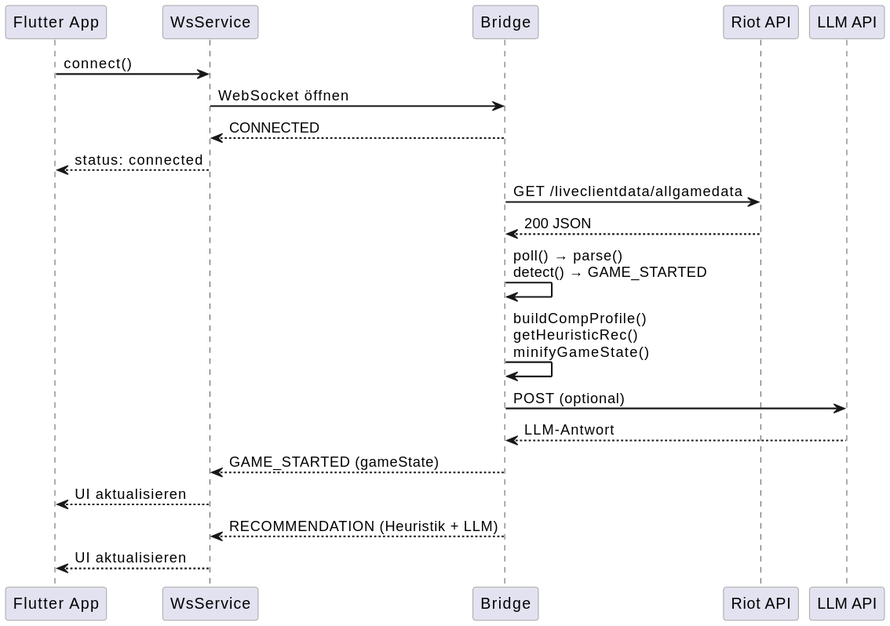
This is docs/umls/06_seq_gamestart.svg from NexusHero/LOLRecommender, a PlantUML export, as it was before one commit. The source it was exported from:
```plantuml
@startuml
skinparam backgroundColor #FFFFFF
skinparam defaultFontName Arial
skinparam sequenceArrowThickness 1.5
skinparam sequenceParticipantBorderColor #888888
skinparam sequenceBoxBorderColor #AAAAAA

participant "Flutter App" as app
participant "WsService" as ws
participant "Bridge" as bridge
participant "Riot API" as riot
participant "LLM API" as llm

app -> ws : connect()
ws -> bridge : WebSocket öffnen
bridge --> ws : CONNECTED
ws --> app : status: connected

bridge -> riot : GET /liveclientdata/allgamedata
riot --> bridge : 200 JSON

bridge -> bridge : poll() → parse()\ndetect() → GAME_STARTED
bridge -> bridge : buildCompProfile()\ngetHeuristicRec()\nminifyGameState()
bridge -> llm : POST (optional)
llm --> bridge : LLM-Antwort

bridge --> ws : GAME_STARTED (gameState)
ws --> app : UI aktualisieren
bridge --> ws : RECOMMENDATION (Heuristik + LLM)
ws --> app : UI aktualisieren
@enduml
```
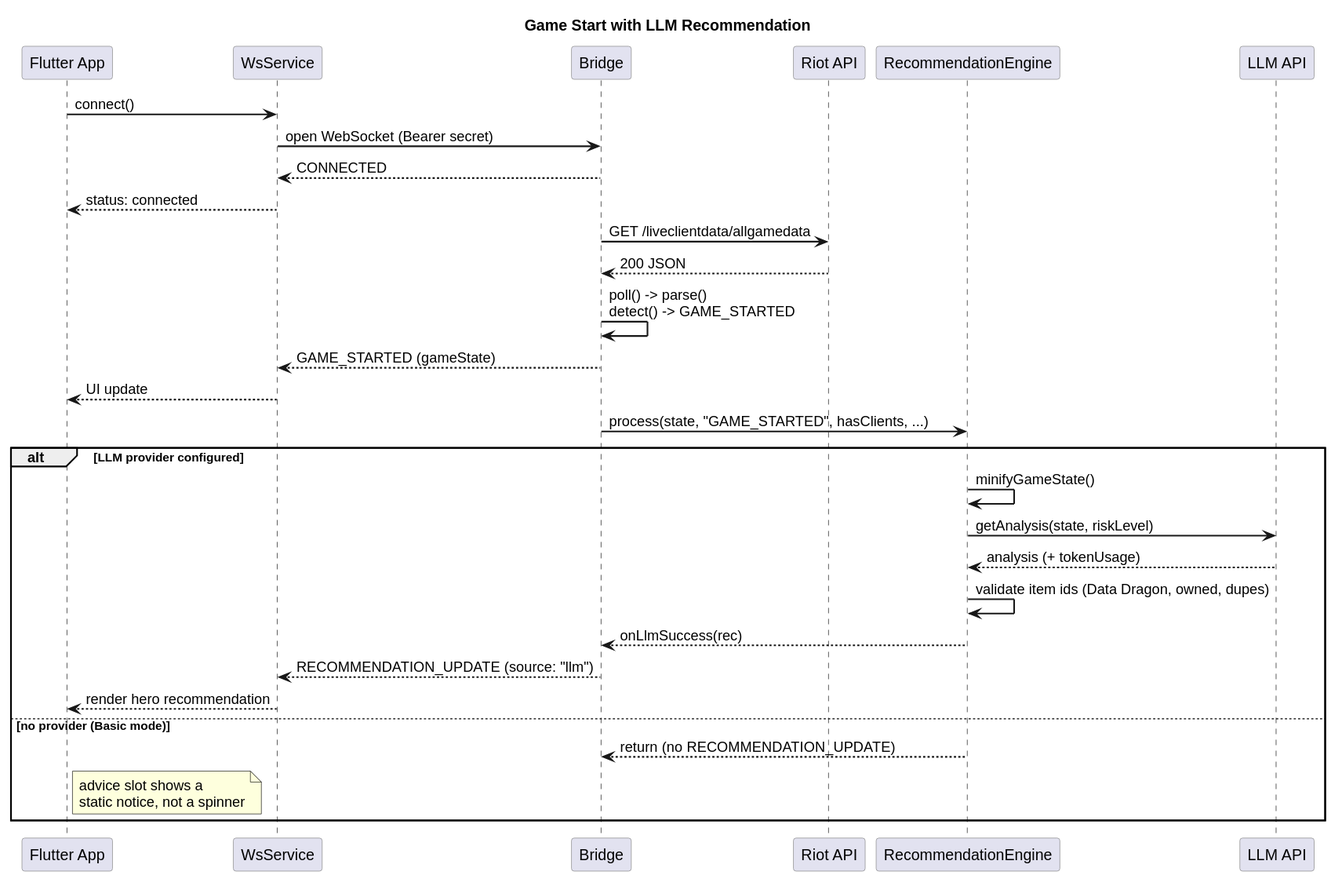
After the commit.

The edit, as a diff of the source:
```diff
@@ -5,27 +5,38 @@
 skinparam sequenceParticipantBorderColor #888888
 skinparam sequenceBoxBorderColor #AAAAAA
 
+title Game Start with LLM Recommendation
+
 participant "Flutter App" as app
 participant "WsService" as ws
 participant "Bridge" as bridge
 participant "Riot API" as riot
+participant "RecommendationEngine" as eng
 participant "LLM API" as llm
 
 app -> ws : connect()
-ws -> bridge : WebSocket öffnen
+ws -> bridge : open WebSocket (Bearer secret)
 bridge --> ws : CONNECTED
 ws --> app : status: connected
 
 bridge -> riot : GET /liveclientdata/allgamedata
 riot --> bridge : 200 JSON
 
-bridge -> bridge : poll() → parse()\ndetect() → GAME_STARTED
-bridge -> bridge : buildCompProfile()\ngetHeuristicRec()\nminifyGameState()
-bridge -> llm : POST (optional)
-llm --> bridge : LLM-Antwort
+bridge -> bridge : poll() -> parse()\ndetect() -> GAME_STARTED
+bridge --> ws : GAME_STARTED (gameState)
+ws --> app : UI update
 
-bridge --> ws : GAME_STARTED (gameState)
-ws --> app : UI aktualisieren
-bridge --> ws : RECOMMENDATION (Heuristik + LLM)
-ws --> app : UI aktualisieren
+bridge -> eng : process(state, "GAME_STARTED", hasClients, ...)
+alt LLM provider configured
+  eng -> eng : minifyGameState()
+  eng -> llm : getAnalysis(state, riskLevel)
+  llm --> eng : analysis (+ tokenUsage)
+  eng -> eng : validate item ids (Data Dragon, owned, dupes)
+  eng --> bridge : onLlmSuccess(rec)
+  bridge --> ws : RECOMMENDATION_UPDATE (source: "llm")
+  ws --> app : render hero recommendation
+else no provider (Basic mode)
+  eng --> bridge : return (no RECOMMENDATION_UPDATE)
+  note right of app : advice slot shows a\nstatic notice, not a spinner
+end
 @enduml
```
